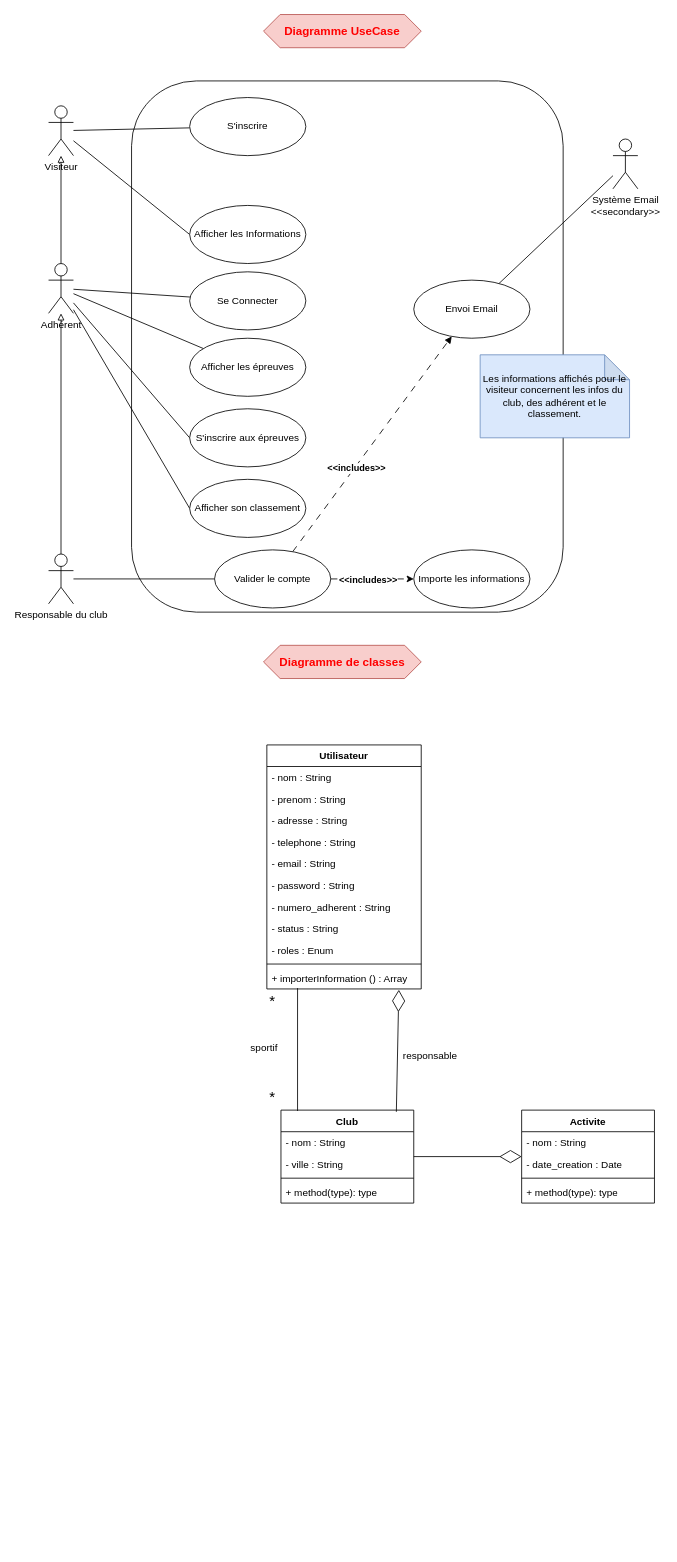
The draw.io diagram TP3/TP_3_UML_Exercice_2.drawio in Mzk-Ali/EXO_M2I_UML, before the edit. Source tidied: cells renumbered, new cells numbered last; positions are measured from the earlier drawing's top-left corner, leaving out a move shared by most shapes. Both pictures are drawn from the tidied source at 83%, with x=0, y=0 at pixel (48, 14).
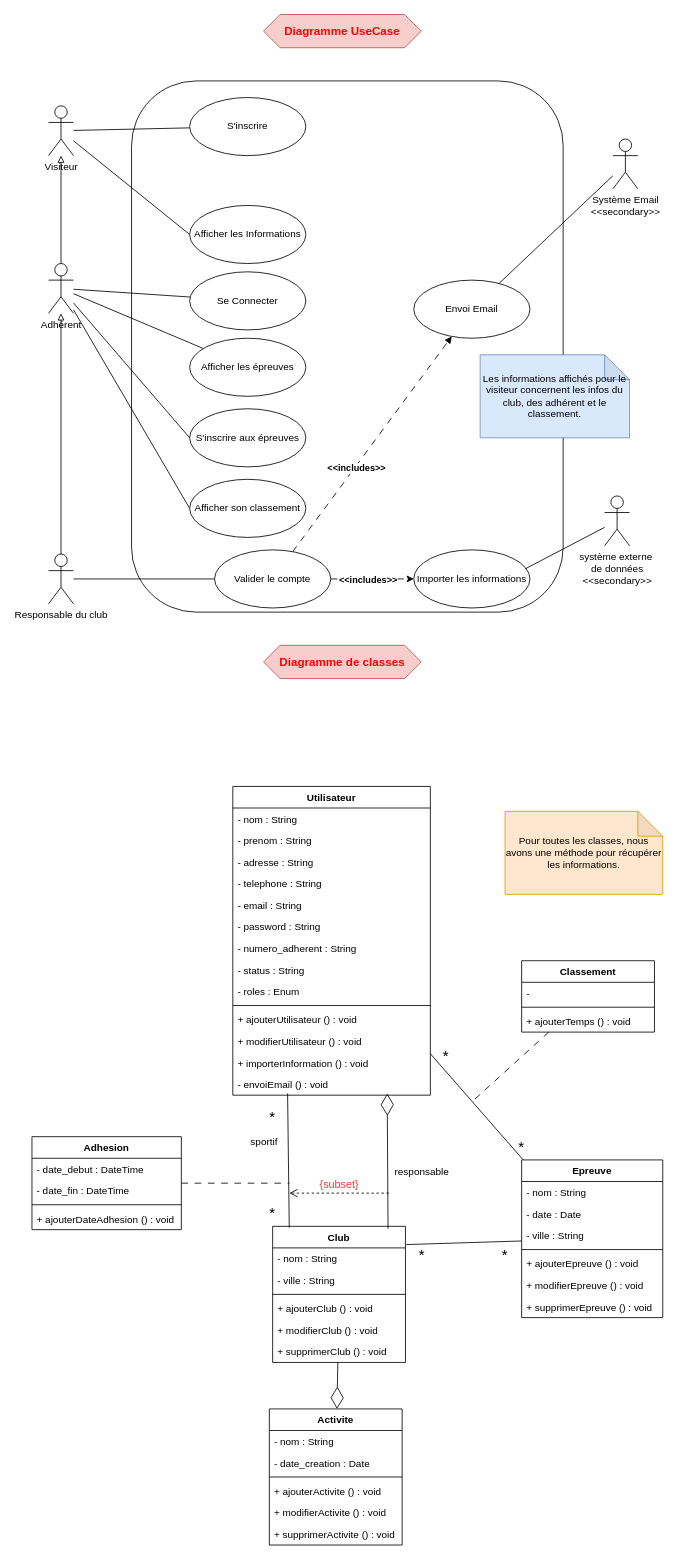
The same diagram, later.

Commit message:
Mettre à jour TP_3_UML_Exercice_2.drawio

Diff of the diagram source:
```diff
@@
-    <mxCell id="32" value="Importe les informations" style="ellipse;whiteSpace=wrap;html=1;" parent="1" vertex="1">
+    <mxCell id="32" value="Importer les informations" style="ellipse;whiteSpace=wrap;html=1;" parent="1" vertex="1">
       <mxGeometry x="440" y="645" width="140" height="70" as="geometry" />
     </mxCell>
+    <mxCell id="62" style="rounded=0;jettySize=auto;html=1;endArrow=none;startFill=0;" parent="1" edge="1" source="33" target="78">
+      <mxGeometry relative="1" as="geometry" />
+    </mxCell>
     <mxCell id="33" value="Utilisateur" style="swimlane;fontStyle=1;align=center;verticalAlign=top;horizontal=1;startSize=26;whiteSpace=wrap;html=1;" parent="1" vertex="1">
-      <mxGeometry x="263" y="880" width="186" height="294" as="geometry" />
+      <mxGeometry x="222" y="930" width="238" height="372" as="geometry" />
     </mxCell>
     <mxCell id="34" value="- nom : String" style="text;strokeColor=none;fillColor=none;align=left;verticalAlign=top;spacingLeft=4;spacingRight=4;overflow=hidden;whiteSpace=wrap;html=1;" parent="33" vertex="1">
-      <mxGeometry y="26" width="186" height="26" as="geometry" />
+      <mxGeometry y="26" width="238" height="26" as="geometry" />
     </mxCell>
     <mxCell id="35" value="- prenom : String" style="text;strokeColor=none;fillColor=none;align=left;verticalAlign=top;spacingLeft=4;spacingRight=4;overflow=hidden;whiteSpace=wrap;html=1;" parent="33" vertex="1">
-      <mxGeometry y="52" width="186" height="26" as="geometry" />
+      <mxGeometry y="52" width="238" height="26" as="geometry" />
     </mxCell>
     <mxCell id="36" value="- adresse : String" style="text;strokeColor=none;fillColor=none;align=left;verticalAlign=top;spacingLeft=4;spacingRight=4;overflow=hidden;whiteSpace=wrap;html=1;" parent="33" vertex="1">
-      <mxGeometry y="78" width="186" height="26" as="geometry" />
+      <mxGeometry y="78" width="238" height="26" as="geometry" />
     </mxCell>
     <mxCell id="37" value="- telephone : String" style="text;strokeColor=none;fillColor=none;align=left;verticalAlign=top;spacingLeft=4;spacingRight=4;overflow=hidden;whiteSpace=wrap;html=1;" parent="33" vertex="1">
-      <mxGeometry y="104" width="186" height="26" as="geometry" />
+      <mxGeometry y="104" width="238" height="26" as="geometry" />
     </mxCell>
     <mxCell id="38" value="- email : String" style="text;strokeColor=none;fillColor=none;align=left;verticalAlign=top;spacingLeft=4;spacingRight=4;overflow=hidden;whiteSpace=wrap;html=1;" parent="33" vertex="1">
-      <mxGeometry y="130" width="186" height="26" as="geometry" />
+      <mxGeometry y="130" width="238" height="26" as="geometry" />
     </mxCell>
     <mxCell id="39" value="- password : String" style="text;strokeColor=none;fillColor=none;align=left;verticalAlign=top;spacingLeft=4;spacingRight=4;overflow=hidden;whiteSpace=wrap;html=1;" parent="33" vertex="1">
-      <mxGeometry y="156" width="186" height="26" as="geometry" />
+      <mxGeometry y="156" width="238" height="26" as="geometry" />
     </mxCell>
     <mxCell id="40" value="- numero_adherent : String" style="text;strokeColor=none;fillColor=none;align=left;verticalAlign=top;spacingLeft=4;spacingRight=4;overflow=hidden;whiteSpace=wrap;html=1;" parent="33" vertex="1">
-      <mxGeometry y="182" width="186" height="26" as="geometry" />
+      <mxGeometry y="182" width="238" height="26" as="geometry" />
     </mxCell>
     <mxCell id="41" value="- status : String" style="text;strokeColor=none;fillColor=none;align=left;verticalAlign=top;spacingLeft=4;spacingRight=4;overflow=hidden;whiteSpace=wrap;html=1;" parent="33" vertex="1">
-      <mxGeometry y="208" width="186" height="26" as="geometry" />
+      <mxGeometry y="208" width="238" height="26" as="geometry" />
     </mxCell>
     <mxCell id="42" value="- roles : Enum" style="text;strokeColor=none;fillColor=none;align=left;verticalAlign=top;spacingLeft=4;spacingRight=4;overflow=hidden;whiteSpace=wrap;html=1;" parent="33" vertex="1">
-      <mxGeometry y="234" width="186" height="26" as="geometry" />
+      <mxGeometry y="234" width="238" height="26" as="geometry" />
     </mxCell>
     <mxCell id="43" style="line;strokeWidth=1;fillColor=none;align=left;verticalAlign=middle;spacingTop=-1;spacingLeft=3;spacingRight=3;labelPosition=right;strokeColor=inherit;" parent="33" vertex="1">
-      <mxGeometry y="260" width="186" height="8" as="geometry" />
+      <mxGeometry y="260" width="238" height="8" as="geometry" />
     </mxCell>
+    <mxCell id="63" value="+ ajouterUtilisateur () : void" style="text;strokeColor=none;fillColor=none;align=left;verticalAlign=top;spacingLeft=4;spacingRight=4;overflow=hidden;whiteSpace=wrap;html=1;" parent="33" vertex="1">
+      <mxGeometry y="268" width="238" height="26" as="geometry" />
+    </mxCell>
+    <mxCell id="64" value="+ modifierUtilisateur () : void" style="text;strokeColor=none;fillColor=none;align=left;verticalAlign=top;spacingLeft=4;spacingRight=4;overflow=hidden;whiteSpace=wrap;html=1;" parent="33" vertex="1">
+      <mxGeometry y="294" width="238" height="26" as="geometry" />
+    </mxCell>
-    <mxCell id="44" value="+ importerInformation () : Array" style="text;strokeColor=none;fillColor=none;align=left;verticalAlign=top;spacingLeft=4;spacingRight=4;overflow=hidden;points=[[0,0.5],[1,0.5]];portConstraint=eastwest;whiteSpace=wrap;html=1;" parent="33" vertex="1">
-      <mxGeometry y="268" width="186" height="26" as="geometry" />
+    <mxCell id="44" value="+ importerInformation () : void" style="text;strokeColor=none;fillColor=none;align=left;verticalAlign=top;spacingLeft=4;spacingRight=4;overflow=hidden;points=[[0,0.5],[1,0.5]];portConstraint=eastwest;whiteSpace=wrap;html=1;" parent="33" vertex="1">
+      <mxGeometry y="320" width="238" height="26" as="geometry" />
     </mxCell>
+    <mxCell id="65" value="- envoiEmail () : void" style="text;strokeColor=none;fillColor=none;align=left;verticalAlign=top;spacingLeft=4;spacingRight=4;overflow=hidden;whiteSpace=wrap;html=1;" parent="33" vertex="1">
+      <mxGeometry y="346" width="238" height="26" as="geometry" />
+    </mxCell>
     <mxCell id="45" value="Club" style="swimlane;fontStyle=1;align=center;verticalAlign=top;horizontal=1;startSize=26;whiteSpace=wrap;html=1;" parent="1" vertex="1">
-      <mxGeometry x="280" y="1320" width="160" height="112" as="geometry" />
+      <mxGeometry x="270" y="1460" width="160" height="164" as="geometry" />
     </mxCell>
@@
-    <mxCell id="49" value="+ method(type): type" style="text;strokeColor=none;fillColor=none;align=left;verticalAlign=top;spacingLeft=4;spacingRight=4;overflow=hidden;whiteSpace=wrap;html=1;" parent="45" vertex="1">
+    <mxCell id="49" value="+ ajouterClub () : void" style="text;strokeColor=none;fillColor=none;align=left;verticalAlign=top;spacingLeft=4;spacingRight=4;overflow=hidden;whiteSpace=wrap;html=1;" parent="45" vertex="1">
       <mxGeometry y="86" width="160" height="26" as="geometry" />
     </mxCell>
+    <mxCell id="66" value="+ modifierClub () : void" style="text;strokeColor=none;fillColor=none;align=left;verticalAlign=top;spacingLeft=4;spacingRight=4;overflow=hidden;whiteSpace=wrap;html=1;" parent="45" vertex="1">
+      <mxGeometry y="112" width="160" height="26" as="geometry" />
+    </mxCell>
+    <mxCell id="67" value="+ supprimerClub () : void" style="text;strokeColor=none;fillColor=none;align=left;verticalAlign=top;spacingLeft=4;spacingRight=4;overflow=hidden;whiteSpace=wrap;html=1;" parent="45" vertex="1">
+      <mxGeometry y="138" width="160" height="26" as="geometry" />
+    </mxCell>
     <mxCell id="50" value="Activite" style="swimlane;fontStyle=1;align=center;verticalAlign=top;horizontal=1;startSize=26;whiteSpace=wrap;html=1;" parent="1" vertex="1">
-      <mxGeometry x="570" y="1320" width="160" height="112" as="geometry" />
+      <mxGeometry x="266" y="1680" width="160" height="164" as="geometry" />
     </mxCell>
@@
-    <mxCell id="54" value="+ method(type): type" style="text;strokeColor=none;fillColor=none;align=left;verticalAlign=top;spacingLeft=4;spacingRight=4;overflow=hidden;whiteSpace=wrap;html=1;" parent="50" vertex="1">
+    <mxCell id="54" value="+ ajouterActivite () : void" style="text;strokeColor=none;fillColor=none;align=left;verticalAlign=top;spacingLeft=4;spacingRight=4;overflow=hidden;whiteSpace=wrap;html=1;" parent="50" vertex="1">
       <mxGeometry y="86" width="160" height="26" as="geometry" />
     </mxCell>
+    <mxCell id="68" value="+ modifierActivite () : void" style="text;strokeColor=none;fillColor=none;align=left;verticalAlign=top;spacingLeft=4;spacingRight=4;overflow=hidden;whiteSpace=wrap;html=1;" parent="50" vertex="1">
+      <mxGeometry y="112" width="160" height="26" as="geometry" />
+    </mxCell>
+    <mxCell id="69" value="+ supprimerActivite () : void" style="text;strokeColor=none;fillColor=none;align=left;verticalAlign=top;spacingLeft=4;spacingRight=4;overflow=hidden;whiteSpace=wrap;html=1;" parent="50" vertex="1">
+      <mxGeometry y="138" width="160" height="26" as="geometry" />
+    </mxCell>
@@
-    <mxCell id="56" style="rounded=0;jettySize=auto;html=1;entryX=0.125;entryY=0.009;entryDx=0;entryDy=0;entryPerimeter=0;endArrow=none;startFill=0;exitX=0.199;exitY=0.962;exitDx=0;exitDy=0;exitPerimeter=0;" parent="1" edge="1" source="44" target="45">
-      <mxGeometry relative="1" as="geometry" />
+    <mxCell id="56" style="rounded=0;jettySize=auto;html=1;entryX=0.125;entryY=0.009;entryDx=0;entryDy=0;entryPerimeter=0;endArrow=none;startFill=0;" parent="1" edge="1" target="45">
+      <mxGeometry relative="1" as="geometry">
+        <mxPoint x="288" y="1300" as="sourcePoint" />
+      </mxGeometry>
     </mxCell>
     <mxCell id="57" value="responsable" style="text;html=1;align=center;verticalAlign=middle;whiteSpace=wrap;rounded=0;" parent="1" vertex="1">
-      <mxGeometry x="430" y="1240" width="60" height="30" as="geometry" />
+      <mxGeometry x="420" y="1380" width="60" height="30" as="geometry" />
     </mxCell>
-    <mxCell id="58" style="endArrow=diamondThin;endFill=0;endSize=24;html=1;rounded=0;exitX=0.869;exitY=0.018;exitDx=0;exitDy=0;exitPerimeter=0;entryX=0.855;entryY=1.038;entryDx=0;entryDy=0;entryPerimeter=0;" parent="1" edge="1" source="45" target="44">
-      <mxGeometry relative="1" as="geometry" />
+    <mxCell id="58" style="endArrow=diamondThin;endFill=0;endSize=24;html=1;rounded=0;exitX=0.869;exitY=0.018;exitDx=0;exitDy=0;exitPerimeter=0;" parent="1" edge="1" source="45">
+      <mxGeometry relative="1" as="geometry">
+        <mxPoint x="408" y="1300" as="targetPoint" />
+      </mxGeometry>
     </mxCell>
     <mxCell id="59" value="sportif" style="text;html=1;align=center;verticalAlign=middle;whiteSpace=wrap;rounded=0;" parent="1" vertex="1">
-      <mxGeometry x="230" y="1230" width="60" height="30" as="geometry" />
+      <mxGeometry x="230" y="1344" width="60" height="30" as="geometry" />
     </mxCell>
     <mxCell id="60" value="&lt;font style=&quot;font-size: 18px;&quot;&gt;*&lt;/font&gt;" style="text;html=1;align=center;verticalAlign=middle;whiteSpace=wrap;rounded=0;" parent="1" vertex="1">
-      <mxGeometry x="240" y="1290" width="60" height="30" as="geometry" />
+      <mxGeometry x="240" y="1430" width="60" height="30" as="geometry" />
     </mxCell>
     <mxCell id="61" value="&lt;font style=&quot;font-size: 18px;&quot;&gt;*&lt;/font&gt;" style="text;html=1;align=center;verticalAlign=middle;whiteSpace=wrap;rounded=0;" parent="1" vertex="1">
-      <mxGeometry x="240" y="1174" width="60" height="30" as="geometry" />
+      <mxGeometry x="240" y="1314" width="60" height="30" as="geometry" />
     </mxCell>
+    <mxCell id="70" value="&lt;font style=&quot;font-size: 13px; color: rgb(255, 51, 51);&quot;&gt;{subset}&lt;/font&gt;" style="html=1;verticalAlign=bottom;endArrow=open;dashed=1;endSize=8;curved=0;rounded=0;" parent="1" edge="1">
+      <mxGeometry relative="1" as="geometry">
+        <mxPoint x="410" y="1420" as="sourcePoint" />
+        <mxPoint x="290" y="1420" as="targetPoint" />
+      </mxGeometry>
+    </mxCell>
+    <mxCell id="71" style="rounded=0;jettySize=auto;html=1;endArrow=none;startFill=0;dashed=1;dashPattern=8 8;" parent="1" edge="1" source="72">
+      <mxGeometry relative="1" as="geometry">
+        <mxPoint x="290" y="1408" as="targetPoint" />
+      </mxGeometry>
+    </mxCell>
+    <mxCell id="72" value="Adhesion" style="swimlane;fontStyle=1;align=center;verticalAlign=top;horizontal=1;startSize=26;whiteSpace=wrap;html=1;" parent="1" vertex="1">
+      <mxGeometry x="-20" y="1352" width="180" height="112" as="geometry" />
+    </mxCell>
+    <mxCell id="73" value="- date_debut : DateTime" style="text;strokeColor=none;fillColor=none;align=left;verticalAlign=top;spacingLeft=4;spacingRight=4;overflow=hidden;whiteSpace=wrap;html=1;" parent="72" vertex="1">
+      <mxGeometry y="26" width="180" height="26" as="geometry" />
+    </mxCell>
+    <mxCell id="74" value="- date_fin : DateTime" style="text;strokeColor=none;fillColor=none;align=left;verticalAlign=top;spacingLeft=4;spacingRight=4;overflow=hidden;whiteSpace=wrap;html=1;" parent="72" vertex="1">
+      <mxGeometry y="52" width="180" height="26" as="geometry" />
+    </mxCell>
+    <mxCell id="75" style="line;strokeWidth=1;fillColor=none;align=left;verticalAlign=middle;spacingTop=-1;spacingLeft=3;spacingRight=3;labelPosition=right;strokeColor=inherit;" parent="72" vertex="1">
+      <mxGeometry y="78" width="180" height="8" as="geometry" />
+    </mxCell>
+    <mxCell id="76" value="+ ajouterDateAdhesion () : void" style="text;strokeColor=none;fillColor=none;align=left;verticalAlign=top;spacingLeft=4;spacingRight=4;overflow=hidden;whiteSpace=wrap;html=1;" parent="72" vertex="1">
+      <mxGeometry y="86" width="180" height="26" as="geometry" />
+    </mxCell>
+    <mxCell id="77" style="rounded=0;jettySize=auto;html=1;endArrow=none;startFill=0;entryX=1.006;entryY=0.134;entryDx=0;entryDy=0;entryPerimeter=0;" parent="1" edge="1" source="78" target="45">
+      <mxGeometry relative="1" as="geometry" />
+    </mxCell>
+    <mxCell id="78" value="Epreuve" style="swimlane;fontStyle=1;align=center;verticalAlign=top;horizontal=1;startSize=26;whiteSpace=wrap;html=1;" parent="1" vertex="1">
+      <mxGeometry x="570" y="1380" width="170" height="190" as="geometry" />
+    </mxCell>
+    <mxCell id="79" value="- nom : String" style="text;strokeColor=none;fillColor=none;align=left;verticalAlign=top;spacingLeft=4;spacingRight=4;overflow=hidden;whiteSpace=wrap;html=1;" parent="78" vertex="1">
+      <mxGeometry y="26" width="170" height="26" as="geometry" />
+    </mxCell>
+    <mxCell id="80" value="- date : Date" style="text;strokeColor=none;fillColor=none;align=left;verticalAlign=top;spacingLeft=4;spacingRight=4;overflow=hidden;whiteSpace=wrap;html=1;" parent="78" vertex="1">
+      <mxGeometry y="52" width="170" height="26" as="geometry" />
+    </mxCell>
+    <mxCell id="81" value="- ville : String" style="text;strokeColor=none;fillColor=none;align=left;verticalAlign=top;spacingLeft=4;spacingRight=4;overflow=hidden;whiteSpace=wrap;html=1;" parent="78" vertex="1">
+      <mxGeometry y="78" width="170" height="26" as="geometry" />
+    </mxCell>
+    <mxCell id="82" style="line;strokeWidth=1;fillColor=none;align=left;verticalAlign=middle;spacingTop=-1;spacingLeft=3;spacingRight=3;labelPosition=right;strokeColor=inherit;" parent="78" vertex="1">
+      <mxGeometry y="104" width="170" height="8" as="geometry" />
+    </mxCell>
+    <mxCell id="83" value="+ ajouterEpreuve () : void" style="text;strokeColor=none;fillColor=none;align=left;verticalAlign=top;spacingLeft=4;spacingRight=4;overflow=hidden;whiteSpace=wrap;html=1;" parent="78" vertex="1">
+      <mxGeometry y="112" width="170" height="26" as="geometry" />
+    </mxCell>
+    <mxCell id="84" value="+ modifierEpreuve () : void" style="text;strokeColor=none;fillColor=none;align=left;verticalAlign=top;spacingLeft=4;spacingRight=4;overflow=hidden;whiteSpace=wrap;html=1;" parent="78" vertex="1">
+      <mxGeometry y="138" width="170" height="26" as="geometry" />
+    </mxCell>
+    <mxCell id="85" value="+ supprimerEpreuve () : void" style="text;strokeColor=none;fillColor=none;align=left;verticalAlign=top;spacingLeft=4;spacingRight=4;overflow=hidden;whiteSpace=wrap;html=1;" parent="78" vertex="1">
+      <mxGeometry y="164" width="170" height="26" as="geometry" />
+    </mxCell>
+    <mxCell id="86" value="&lt;font style=&quot;font-size: 18px;&quot;&gt;*&lt;/font&gt;" style="text;html=1;align=center;verticalAlign=middle;whiteSpace=wrap;rounded=0;" parent="1" vertex="1">
+      <mxGeometry x="420" y="1480" width="60" height="30" as="geometry" />
+    </mxCell>
+    <mxCell id="87" value="&lt;font style=&quot;font-size: 18px;&quot;&gt;*&lt;/font&gt;" style="text;html=1;align=center;verticalAlign=middle;whiteSpace=wrap;rounded=0;" parent="1" vertex="1">
+      <mxGeometry x="520" y="1480" width="60" height="30" as="geometry" />
+    </mxCell>
+    <mxCell id="88" value="&lt;font style=&quot;font-size: 18px;&quot;&gt;*&lt;/font&gt;" style="text;html=1;align=center;verticalAlign=middle;whiteSpace=wrap;rounded=0;" parent="1" vertex="1">
+      <mxGeometry x="540" y="1350" width="60" height="30" as="geometry" />
+    </mxCell>
+    <mxCell id="89" style="rounded=0;jettySize=auto;html=1;endArrow=none;startFill=0;dashed=1;dashPattern=8 8;" parent="1" edge="1" source="90">
+      <mxGeometry relative="1" as="geometry">
+        <mxPoint x="510" y="1310" as="targetPoint" />
+      </mxGeometry>
+    </mxCell>
+    <mxCell id="90" value="Classement" style="swimlane;fontStyle=1;align=center;verticalAlign=top;horizontal=1;startSize=26;whiteSpace=wrap;html=1;" parent="1" vertex="1">
+      <mxGeometry x="570" y="1140" width="160" height="86" as="geometry" />
+    </mxCell>
+    <mxCell id="91" value="-&amp;nbsp;" style="text;strokeColor=none;fillColor=none;align=left;verticalAlign=top;spacingLeft=4;spacingRight=4;overflow=hidden;whiteSpace=wrap;html=1;" parent="90" vertex="1">
+      <mxGeometry y="26" width="160" height="26" as="geometry" />
+    </mxCell>
+    <mxCell id="92" style="line;strokeWidth=1;fillColor=none;align=left;verticalAlign=middle;spacingTop=-1;spacingLeft=3;spacingRight=3;labelPosition=right;strokeColor=inherit;" parent="90" vertex="1">
+      <mxGeometry y="52" width="160" height="8" as="geometry" />
+    </mxCell>
+    <mxCell id="93" value="+ ajouterTemps () : void" style="text;strokeColor=none;fillColor=none;align=left;verticalAlign=top;spacingLeft=4;spacingRight=4;overflow=hidden;whiteSpace=wrap;html=1;" parent="90" vertex="1">
+      <mxGeometry y="60" width="160" height="26" as="geometry" />
+    </mxCell>
+    <mxCell id="94" value="&lt;font style=&quot;font-size: 18px;&quot;&gt;*&lt;/font&gt;" style="text;html=1;align=center;verticalAlign=middle;whiteSpace=wrap;rounded=0;" parent="1" vertex="1">
+      <mxGeometry x="449" y="1240" width="60" height="30" as="geometry" />
+    </mxCell>
+    <mxCell id="95" value="système externe&amp;nbsp;&lt;div&gt;de données&lt;div&gt;&amp;lt;&amp;lt;secondary&amp;gt;&amp;gt;&lt;/div&gt;&lt;/div&gt;" style="shape=umlActor;verticalLabelPosition=bottom;verticalAlign=top;html=1;" parent="1" vertex="1">
+      <mxGeometry x="670" y="580" width="30" height="60" as="geometry" />
+    </mxCell>
+    <mxCell id="96" style="rounded=0;jettySize=auto;html=1;entryX=0.957;entryY=0.329;entryDx=0;entryDy=0;entryPerimeter=0;endArrow=none;startFill=0;" parent="1" edge="1" source="95" target="32">
+      <mxGeometry relative="1" as="geometry" />
+    </mxCell>
+    <mxCell id="97" value="Pour toutes les classes, nous avons une méthode pour récupérer les informations." style="shape=note;whiteSpace=wrap;html=1;backgroundOutline=1;darkOpacity=0.05;fillColor=#ffe6cc;strokeColor=#d79b00;" parent="1" vertex="1">
+      <mxGeometry x="550" y="960" width="190" height="100" as="geometry" />
+    </mxCell>
```
